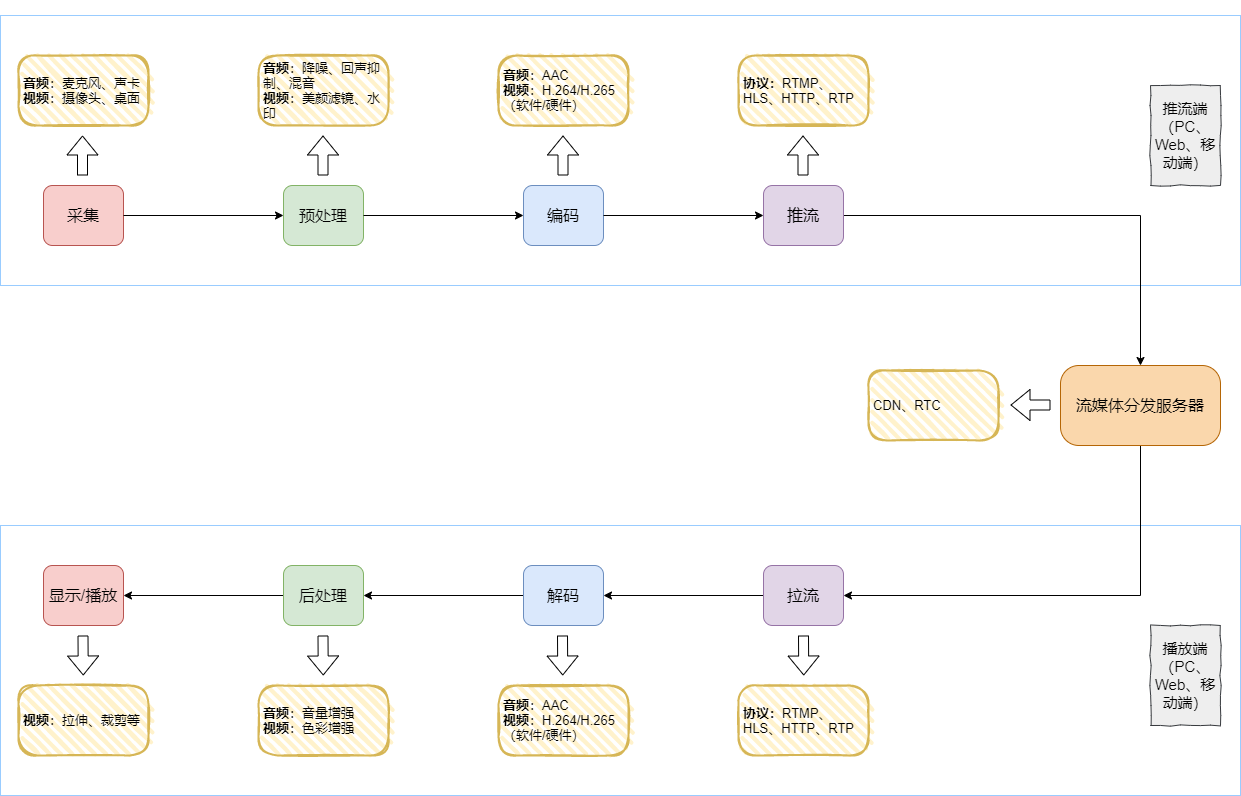
The draw.io diagram diagrams/音视频架构.drawio.png in suirane/assets, before a commit. Source tidied: cells renumbered, new cells last; positions are measured from the earlier drawing's top-left corner, leaving out a move shared by most shapes.
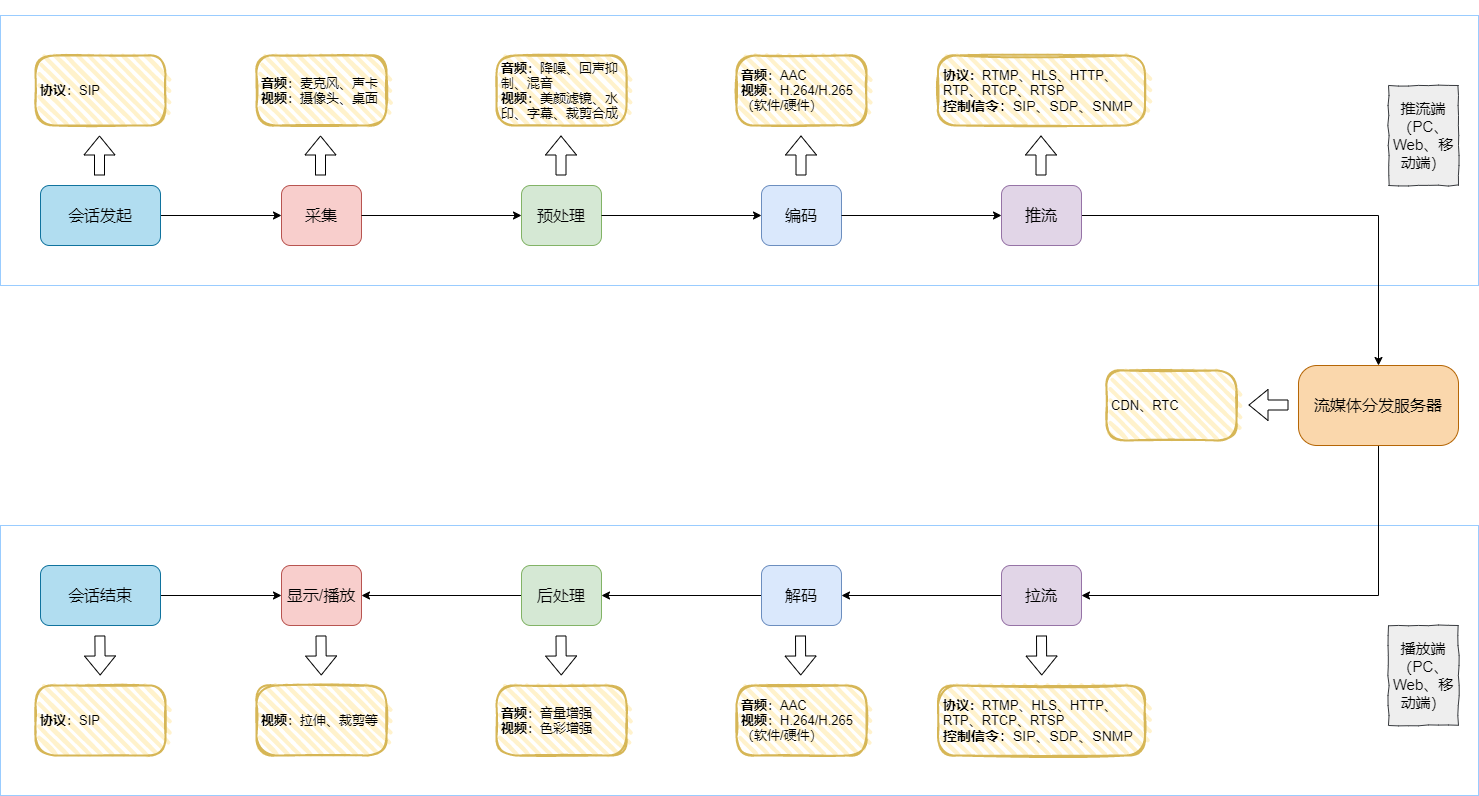
The same diagram one commit later.

Commit message:
更新音视频架构.drawio.png

Diff of the diagram source:
```diff
@@ -1,12 +1,12 @@
-<mxGraphModel>
+<mxGraphModel background="#FFFFFF">
   <root>
     <mxCell id="0" />
     <mxCell id="1" parent="0" />
     <mxCell id="2" value="&lt;h1&gt;&lt;br&gt;&lt;/h1&gt;" style="text;html=1;spacing=5;spacingTop=-20;whiteSpace=wrap;overflow=hidden;rounded=0;comic=0;fontSize=12;align=left;verticalAlign=middle;strokeColor=#99CCFF;" parent="1" vertex="1">
-      <mxGeometry y="510" width="1240" height="270" as="geometry" />
+      <mxGeometry x="-238" y="510" width="1478" height="270" as="geometry" />
     </mxCell>
     <mxCell id="3" value="&lt;h1&gt;&lt;br&gt;&lt;/h1&gt;" style="text;html=1;spacing=5;spacingTop=-20;whiteSpace=wrap;overflow=hidden;rounded=0;comic=0;fontSize=12;align=left;verticalAlign=middle;strokeColor=#99CCFF;" parent="1" vertex="1">
-      <mxGeometry width="1240" height="270" as="geometry" />
+      <mxGeometry x="-238" width="1478" height="270" as="geometry" />
     </mxCell>
     <mxCell id="4" value="&lt;span style=&quot;font-size: 16px&quot;&gt;采集&lt;/span&gt;" style="rounded=1;whiteSpace=wrap;html=1;fillColor=#f8cecc;strokeColor=#b85450;comic=0;" parent="1" vertex="1">
       <mxGeometry x="43" y="170" width="80" height="60" as="geometry" />
@@ -15,13 +15,13 @@
       <mxGeometry x="283" y="170" width="80" height="60" as="geometry" />
     </mxCell>
     <mxCell id="6" style="edgeStyle=orthogonalEdgeStyle;rounded=0;jettySize=auto;html=1;exitX=1;exitY=0.5;exitDx=0;exitDy=0;" parent="1" edge="1" source="4" target="5">
-      <mxGeometry x="163" y="-670" as="geometry" />
+      <mxGeometry x="441" y="-670" as="geometry" />
     </mxCell>
     <mxCell id="7" value="&lt;span style=&quot;font-size: 16px&quot;&gt;编码&lt;/span&gt;" style="rounded=1;whiteSpace=wrap;html=1;fillColor=#dae8fc;strokeColor=#6c8ebf;" parent="1" vertex="1">
       <mxGeometry x="523" y="170" width="80" height="60" as="geometry" />
     </mxCell>
     <mxCell id="8" style="edgeStyle=orthogonalEdgeStyle;rounded=0;jettySize=auto;html=1;exitX=1;exitY=0.5;exitDx=0;exitDy=0;entryX=0;entryY=0.5;entryDx=0;entryDy=0;" parent="1" edge="1" source="5" target="7">
-      <mxGeometry x="203" y="-670" as="geometry" />
+      <mxGeometry x="481" y="-670" as="geometry" />
     </mxCell>
     <mxCell id="9" style="edgeStyle=orthogonalEdgeStyle;rounded=0;jettySize=auto;html=1;exitX=1;exitY=0.5;exitDx=0;exitDy=0;entryX=0.5;entryY=0;entryDx=0;entryDy=0;fontSize=12;" parent="1" edge="1" source="10" target="36">
       <mxGeometry relative="1" as="geometry" />
@@ -30,7 +30,7 @@
       <mxGeometry x="763" y="170" width="80" height="60" as="geometry" />
     </mxCell>
     <mxCell id="11" style="edgeStyle=orthogonalEdgeStyle;rounded=0;jettySize=auto;html=1;exitX=1;exitY=0.5;exitDx=0;exitDy=0;entryX=0;entryY=0.5;entryDx=0;entryDy=0;" parent="1" edge="1" source="7" target="10">
-      <mxGeometry x="323" y="-670" as="geometry" />
+      <mxGeometry x="601" y="-670" as="geometry" />
     </mxCell>
     <mxCell id="12" value="&lt;span style=&quot;font-size: 16px&quot;&gt;显示/播放&lt;/span&gt;" style="rounded=1;whiteSpace=wrap;html=1;fillColor=#f8cecc;strokeColor=#b85450;" parent="1" vertex="1">
       <mxGeometry x="43" y="550" width="80" height="60" as="geometry" />
@@ -56,7 +56,7 @@
     <mxCell id="19" value="&lt;p style=&quot;line-height: 100%&quot;&gt;&lt;/p&gt;&lt;blockquote style=&quot;margin: 0 0 0 40px ; border: none ; padding: 0px&quot;&gt;&lt;/blockquote&gt;&lt;b style=&quot;font-size: 13px&quot;&gt;&lt;div&gt;&lt;font style=&quot;font-size: 13px&quot;&gt;&lt;b&gt;音频&lt;/b&gt;&lt;span style=&quot;font-weight: normal&quot;&gt;：麦克风、声卡&lt;/span&gt;&lt;/font&gt;&lt;/div&gt;&lt;/b&gt;&lt;div style=&quot;font-size: 13px&quot;&gt;&lt;span style=&quot;line-height: 100%&quot;&gt;&lt;font style=&quot;font-size: 13px&quot;&gt;&lt;b&gt;视频&lt;/b&gt;：摄像头、桌面&lt;/font&gt;&lt;/span&gt;&lt;/div&gt;&lt;p&gt;&lt;/p&gt;" style="rounded=1;whiteSpace=wrap;html=1;strokeWidth=2;fillWeight=4;hachureGap=8;hachureAngle=45;fillColor=#fff2cc;sketch=1;strokeColor=#d6b656;align=left;fontSize=12;arcSize=27;verticalAlign=middle;spacingTop=0;spacing=0;horizontal=1;spacingLeft=5;spacingRight=5;" parent="1" vertex="1">
       <mxGeometry x="18" y="40" width="130" height="70" as="geometry" />
     </mxCell>
-    <mxCell id="20" value="&lt;p style=&quot;line-height: 100%&quot;&gt;&lt;/p&gt;&lt;blockquote style=&quot;margin: 0 0 0 40px ; border: none ; padding: 0px&quot;&gt;&lt;/blockquote&gt;&lt;b style=&quot;font-size: 13px&quot;&gt;&lt;div&gt;&lt;font style=&quot;font-size: 13px&quot;&gt;&lt;b&gt;音频&lt;/b&gt;&lt;span style=&quot;font-weight: normal&quot;&gt;：降噪、回声抑制、混音&lt;/span&gt;&lt;/font&gt;&lt;/div&gt;&lt;/b&gt;&lt;div style=&quot;font-size: 13px&quot;&gt;&lt;span style=&quot;line-height: 100%&quot;&gt;&lt;font style=&quot;font-size: 13px&quot;&gt;&lt;b&gt;视频&lt;/b&gt;：美颜滤镜、水印&lt;/font&gt;&lt;/span&gt;&lt;/div&gt;&lt;p&gt;&lt;/p&gt;" style="rounded=1;whiteSpace=wrap;html=1;strokeWidth=2;fillWeight=4;hachureGap=8;hachureAngle=45;fillColor=#fff2cc;sketch=1;strokeColor=#d6b656;align=left;fontSize=12;arcSize=27;verticalAlign=middle;spacingTop=0;spacing=0;horizontal=1;spacingLeft=5;spacingRight=5;" parent="1" vertex="1">
+    <mxCell id="20" value="&lt;p style=&quot;line-height: 100%&quot;&gt;&lt;/p&gt;&lt;blockquote style=&quot;margin: 0 0 0 40px ; border: none ; padding: 0px&quot;&gt;&lt;/blockquote&gt;&lt;b style=&quot;font-size: 13px&quot;&gt;&lt;div&gt;&lt;font style=&quot;font-size: 13px&quot;&gt;&lt;b&gt;音频&lt;/b&gt;&lt;span style=&quot;font-weight: normal&quot;&gt;：降噪、回声抑制、混音&lt;/span&gt;&lt;/font&gt;&lt;/div&gt;&lt;/b&gt;&lt;div style=&quot;font-size: 13px&quot;&gt;&lt;span style=&quot;line-height: 100%&quot;&gt;&lt;font style=&quot;font-size: 13px&quot;&gt;&lt;b&gt;视频&lt;/b&gt;：美颜滤镜、水印、字幕、裁剪合成&lt;/font&gt;&lt;/span&gt;&lt;/div&gt;&lt;p&gt;&lt;/p&gt;" style="rounded=1;whiteSpace=wrap;html=1;strokeWidth=2;fillWeight=4;hachureGap=8;hachureAngle=45;fillColor=#fff2cc;sketch=1;strokeColor=#d6b656;align=left;fontSize=12;arcSize=27;verticalAlign=middle;spacingTop=0;spacing=0;horizontal=1;spacingLeft=5;spacingRight=5;" parent="1" vertex="1">
       <mxGeometry x="258" y="40" width="130" height="70" as="geometry" />
     </mxCell>
     <mxCell id="21" style="shape=flexArrow;endArrow=classic;html=1;fontSize=12;" parent="1" edge="1">
@@ -107,8 +107,8 @@
         <mxPoint x="803.2" y="660" as="targetPoint" />
       </mxGeometry>
     </mxCell>
-    <mxCell id="29" value="&lt;p style=&quot;line-height: 100%&quot;&gt;&lt;/p&gt;&lt;blockquote style=&quot;margin: 0 0 0 40px ; border: none ; padding: 0px&quot;&gt;&lt;/blockquote&gt;&lt;font style=&quot;font-size: 13px&quot;&gt;&lt;b&gt;协议：&lt;/b&gt;RTMP、HLS、HTTP、RTP&lt;/font&gt;&lt;br&gt;&lt;p&gt;&lt;/p&gt;" style="rounded=1;whiteSpace=wrap;html=1;strokeWidth=2;fillWeight=4;hachureGap=8;hachureAngle=45;fillColor=#fff2cc;sketch=1;strokeColor=#d6b656;align=left;fontSize=12;arcSize=27;verticalAlign=middle;spacingTop=0;spacing=0;horizontal=1;spacingLeft=5;spacingRight=5;" parent="1" vertex="1">
-      <mxGeometry x="738" y="40" width="130" height="70" as="geometry" />
+    <mxCell id="29" value="&lt;p style=&quot;line-height: 100%&quot;&gt;&lt;/p&gt;&lt;blockquote style=&quot;margin: 0 0 0 40px ; border: none ; padding: 0px&quot;&gt;&lt;/blockquote&gt;&lt;font style=&quot;font-size: 13px&quot;&gt;&lt;b&gt;协议：&lt;/b&gt;RTMP、HLS、HTTP、RTP、RTCP、RTSP&lt;br&gt;&lt;/font&gt;&lt;font style=&quot;font-size: 14px&quot;&gt;&lt;b&gt;控制信令&lt;/b&gt;：SIP、SDP、SNMP&lt;/font&gt;&lt;br&gt;&lt;p&gt;&lt;/p&gt;" style="rounded=1;whiteSpace=wrap;html=1;strokeWidth=2;fillWeight=4;hachureGap=8;hachureAngle=45;fillColor=#fff2cc;sketch=1;strokeColor=#d6b656;align=left;fontSize=12;arcSize=27;verticalAlign=middle;spacingTop=0;spacing=0;horizontal=1;spacingLeft=5;spacingRight=5;" parent="1" vertex="1">
+      <mxGeometry x="699.5" y="40" width="207" height="70" as="geometry" />
     </mxCell>
     <mxCell id="30" value="&lt;p style=&quot;line-height: 100%&quot;&gt;&lt;/p&gt;&lt;blockquote style=&quot;margin: 0 0 0 40px ; border: none ; padding: 0px&quot;&gt;&lt;/blockquote&gt;&lt;div style=&quot;font-size: 13px&quot;&gt;&lt;span style=&quot;line-height: 100%&quot;&gt;&lt;b&gt;视频&lt;/b&gt;：拉伸、裁剪等&lt;/span&gt;&lt;/div&gt;&lt;p&gt;&lt;/p&gt;" style="rounded=1;whiteSpace=wrap;html=1;strokeWidth=2;fillWeight=4;hachureGap=8;hachureAngle=45;fillColor=#fff2cc;sketch=1;strokeColor=#d6b656;align=left;fontSize=12;arcSize=27;verticalAlign=middle;spacingTop=0;spacing=0;horizontal=1;spacingLeft=5;spacingRight=5;" parent="1" vertex="1">
       <mxGeometry x="18" y="670" width="130" height="70" as="geometry" />
@@ -119,9 +119,6 @@
     <mxCell id="32" value="&lt;p style=&quot;line-height: 100%&quot;&gt;&lt;/p&gt;&lt;blockquote style=&quot;margin: 0 0 0 40px ; border: none ; padding: 0px&quot;&gt;&lt;/blockquote&gt;&lt;b style=&quot;font-size: 13px&quot;&gt;&lt;font style=&quot;font-size: 13px&quot;&gt;音频&lt;span style=&quot;font-weight: normal&quot;&gt;：AAC&lt;/span&gt;&lt;/font&gt;&lt;/b&gt;&lt;div style=&quot;font-size: 13px&quot;&gt;&lt;span style=&quot;line-height: 12px&quot;&gt;&lt;font style=&quot;font-size: 13px&quot;&gt;&lt;b&gt;视频&lt;/b&gt;：H.264/H.265（软件/硬件）&lt;/font&gt;&lt;/span&gt;&lt;/div&gt;&lt;p&gt;&lt;/p&gt;" style="rounded=1;whiteSpace=wrap;html=1;strokeWidth=2;fillWeight=4;hachureGap=8;hachureAngle=45;fillColor=#fff2cc;sketch=1;strokeColor=#d6b656;align=left;fontSize=12;arcSize=27;verticalAlign=middle;spacingTop=0;spacing=0;horizontal=1;spacingLeft=5;spacingRight=5;" parent="1" vertex="1">
       <mxGeometry x="498" y="670" width="130" height="70" as="geometry" />
     </mxCell>
-    <mxCell id="33" value="&lt;p style=&quot;line-height: 100%&quot;&gt;&lt;/p&gt;&lt;blockquote style=&quot;margin: 0 0 0 40px ; border: none ; padding: 0px&quot;&gt;&lt;/blockquote&gt;&lt;font style=&quot;font-size: 13px&quot;&gt;&lt;b&gt;协议：&lt;/b&gt;RTMP、HLS、HTTP、RTP&lt;/font&gt;&lt;b&gt;&lt;br&gt;&lt;/b&gt;&lt;p&gt;&lt;/p&gt;" style="rounded=1;whiteSpace=wrap;html=1;strokeWidth=2;fillWeight=4;hachureGap=8;hachureAngle=45;fillColor=#fff2cc;sketch=1;strokeColor=#d6b656;align=left;fontSize=12;arcSize=27;verticalAlign=middle;spacingTop=0;spacing=0;horizontal=1;spacingLeft=5;spacingRight=5;" parent="1" vertex="1">
-      <mxGeometry x="738" y="670" width="130" height="70" as="geometry" />
-    </mxCell>
     <mxCell id="34" value="&lt;p style=&quot;line-height: 100%&quot;&gt;&lt;/p&gt;&lt;blockquote style=&quot;margin: 0 0 0 40px ; border: none ; padding: 0px&quot;&gt;&lt;/blockquote&gt;&lt;b style=&quot;font-size: 13px&quot;&gt;&lt;div&gt;&lt;font style=&quot;font-size: 13px&quot;&gt;&lt;b&gt;音频&lt;/b&gt;&lt;span style=&quot;font-weight: normal&quot;&gt;：AAC&lt;/span&gt;&lt;/font&gt;&lt;/div&gt;&lt;/b&gt;&lt;div style=&quot;font-size: 13px&quot;&gt;&lt;span style=&quot;line-height: 100%&quot;&gt;&lt;font style=&quot;font-size: 13px&quot;&gt;&lt;b&gt;视频&lt;/b&gt;：H.264/H.265（软件/硬件）&lt;/font&gt;&lt;/span&gt;&lt;/div&gt;&lt;p&gt;&lt;/p&gt;" style="rounded=1;whiteSpace=wrap;html=1;strokeWidth=2;fillWeight=4;hachureGap=8;hachureAngle=45;fillColor=#fff2cc;sketch=1;strokeColor=#d6b656;align=left;fontSize=12;arcSize=27;verticalAlign=middle;spacingTop=0;spacing=0;horizontal=1;spacingLeft=5;spacingRight=5;" parent="1" vertex="1">
       <mxGeometry x="498" y="40" width="130" height="70" as="geometry" />
     </mxCell>
@@ -146,5 +143,40 @@
     <mxCell id="40" value="&lt;span style=&quot;font-size: 15px&quot;&gt;播放端&lt;br&gt;（PC、Web、移动端）&lt;br&gt;&lt;/span&gt;" style="rounded=0;whiteSpace=wrap;html=1;comic=1;fontSize=12;align=center;verticalAlign=middle;fillColor=#eeeeee;strokeColor=#36393d;" parent="1" vertex="1">
       <mxGeometry x="1150" y="610" width="70" height="100" as="geometry" />
     </mxCell>
+    <mxCell id="41" value="&lt;p style=&quot;line-height: 100%&quot;&gt;&lt;/p&gt;&lt;blockquote style=&quot;margin: 0 0 0 40px ; border: none ; padding: 0px&quot;&gt;&lt;/blockquote&gt;&lt;font style=&quot;font-size: 13px&quot;&gt;&lt;b&gt;协议：&lt;/b&gt;RTMP、HLS、HTTP、RTP、RTCP、RTSP&lt;br&gt;&lt;/font&gt;&lt;font style=&quot;font-size: 14px&quot;&gt;&lt;b&gt;控制信令&lt;/b&gt;：SIP、SDP、SNMP&lt;/font&gt;&lt;br&gt;&lt;p&gt;&lt;/p&gt;" style="rounded=1;whiteSpace=wrap;html=1;strokeWidth=2;fillWeight=4;hachureGap=8;hachureAngle=45;fillColor=#fff2cc;sketch=1;strokeColor=#d6b656;align=left;fontSize=12;arcSize=27;verticalAlign=middle;spacingTop=0;spacing=0;horizontal=1;spacingLeft=5;spacingRight=5;" parent="1" vertex="1">
+      <mxGeometry x="699.5" y="670" width="207" height="70" as="geometry" />
+    </mxCell>
+    <mxCell id="42" style="edgeStyle=orthogonalEdgeStyle;rounded=0;jettySize=auto;html=1;entryX=0;entryY=0.5;entryDx=0;entryDy=0;fontSize=12;" parent="1" edge="1" source="43" target="4">
+      <mxGeometry relative="1" as="geometry" />
+    </mxCell>
+    <mxCell id="43" value="&lt;font style=&quot;font-size: 16px&quot;&gt;会话发起&lt;/font&gt;" style="rounded=1;whiteSpace=wrap;html=1;comic=0;fontSize=12;align=center;verticalAlign=middle;fillColor=#b1ddf0;strokeColor=#10739e;" parent="1" vertex="1">
+      <mxGeometry x="-198" y="170" width="120" height="60" as="geometry" />
+    </mxCell>
+    <mxCell id="44" value="&lt;p style=&quot;line-height: 100%&quot;&gt;&lt;/p&gt;&lt;blockquote style=&quot;margin: 0 0 0 40px ; border: none ; padding: 0px&quot;&gt;&lt;/blockquote&gt;&lt;span style=&quot;font-size: 13px&quot;&gt;&lt;div&gt;&lt;font style=&quot;font-size: 13px&quot;&gt;&lt;b&gt;协议&lt;/b&gt;&lt;span style=&quot;font-weight: normal&quot;&gt;：SIP&lt;/span&gt;&lt;/font&gt;&lt;/div&gt;&lt;/span&gt;&lt;p&gt;&lt;/p&gt;" style="rounded=1;whiteSpace=wrap;html=1;strokeWidth=2;fillWeight=4;hachureGap=8;hachureAngle=45;fillColor=#fff2cc;sketch=1;strokeColor=#d6b656;align=left;fontSize=12;arcSize=27;verticalAlign=middle;spacingTop=0;spacing=0;horizontal=1;spacingLeft=5;spacingRight=5;" parent="1" vertex="1">
+      <mxGeometry x="-203" y="40" width="130" height="70" as="geometry" />
+    </mxCell>
+    <mxCell id="45" style="shape=flexArrow;endArrow=classic;html=1;fontSize=12;" parent="1" edge="1">
+      <mxGeometry relative="1" as="geometry">
+        <mxPoint x="-139" y="160" as="sourcePoint" />
+        <mxPoint x="-139" y="120" as="targetPoint" />
+      </mxGeometry>
+    </mxCell>
+    <mxCell id="46" style="edgeStyle=orthogonalEdgeStyle;rounded=0;jettySize=auto;html=1;entryX=0;entryY=0.5;entryDx=0;entryDy=0;fontSize=12;" parent="1" edge="1" source="47">
+      <mxGeometry relative="1" as="geometry">
+        <mxPoint x="43" y="580" as="targetPoint" />
+      </mxGeometry>
+    </mxCell>
+    <mxCell id="47" value="&lt;font style=&quot;font-size: 16px&quot;&gt;会话结束&lt;/font&gt;" style="rounded=1;whiteSpace=wrap;html=1;comic=0;fontSize=12;align=center;verticalAlign=middle;fillColor=#b1ddf0;strokeColor=#10739e;" parent="1" vertex="1">
+      <mxGeometry x="-198" y="550" width="120" height="60" as="geometry" />
+    </mxCell>
+    <mxCell id="48" value="&lt;p style=&quot;line-height: 100%&quot;&gt;&lt;/p&gt;&lt;blockquote style=&quot;margin: 0 0 0 40px ; border: none ; padding: 0px&quot;&gt;&lt;/blockquote&gt;&lt;span style=&quot;font-size: 13px&quot;&gt;&lt;div&gt;&lt;font style=&quot;font-size: 13px&quot;&gt;&lt;b&gt;协议&lt;/b&gt;&lt;span style=&quot;font-weight: normal&quot;&gt;：SIP&lt;/span&gt;&lt;/font&gt;&lt;/div&gt;&lt;/span&gt;&lt;p&gt;&lt;/p&gt;" style="rounded=1;whiteSpace=wrap;html=1;strokeWidth=2;fillWeight=4;hachureGap=8;hachureAngle=45;fillColor=#fff2cc;sketch=1;strokeColor=#d6b656;align=left;fontSize=12;arcSize=27;verticalAlign=middle;spacingTop=0;spacing=0;horizontal=1;spacingLeft=5;spacingRight=5;" parent="1" vertex="1">
+      <mxGeometry x="-203" y="670" width="130" height="70" as="geometry" />
+    </mxCell>
+    <mxCell id="49" style="shape=flexArrow;endArrow=classic;html=1;fontSize=12;" parent="1" edge="1">
+      <mxGeometry relative="1" as="geometry">
+        <mxPoint x="-138.6" y="620" as="sourcePoint" />
+        <mxPoint x="-138.3" y="660" as="targetPoint" />
+      </mxGeometry>
+    </mxCell>
   </root>
 </mxGraphModel>
```
